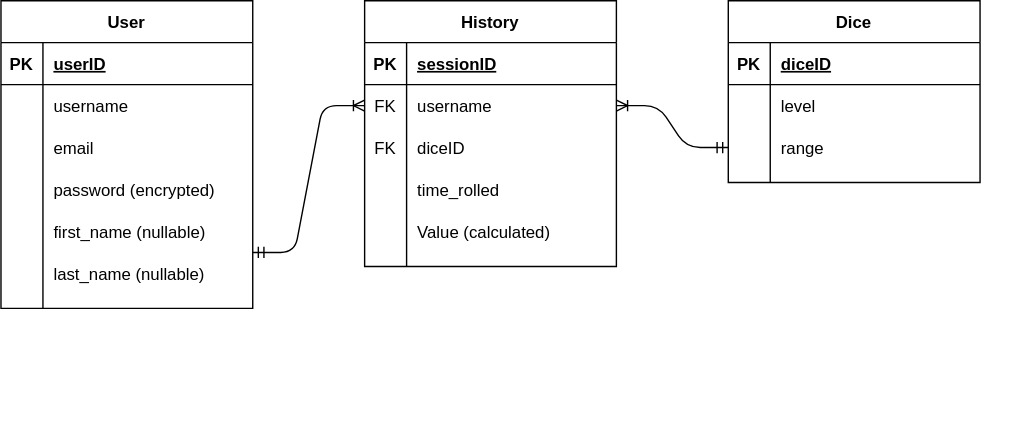
adicarlisle/QA-Core-Fundamental-Project keeps this draw.io diagram as images/MVPdatabaseUML.svg. Above is the earlier version. Source tidied: cells renumbered, new cells last; positions are measured from the earlier drawing's top-left corner, leaving out a move shared by most shapes.
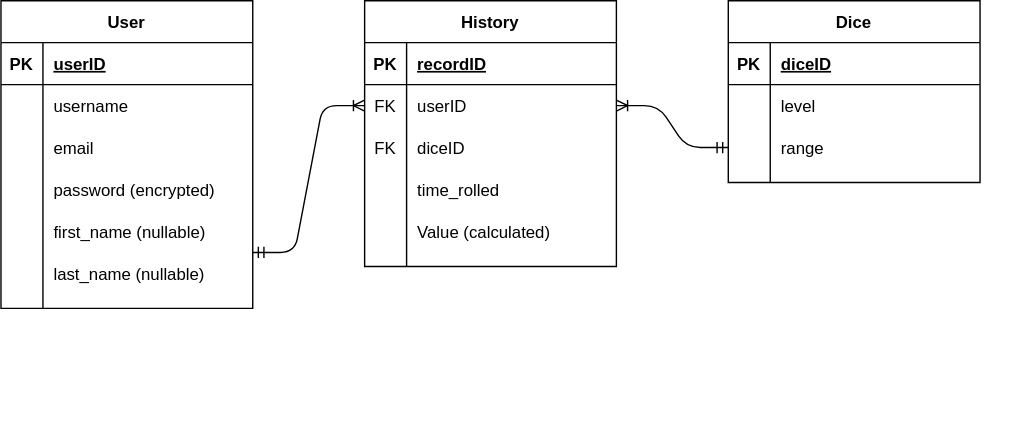
Above is the later version.

The edit, as a diff of the source:
```diff
@@ -62,7 +62,7 @@
     <mxCell id="21" value="PK" style="shape=partialRectangle;fillColor=none;top=0;left=0;bottom=0;right=0;fontStyle=1;overflow=hidden;" parent="20" vertex="1">
       <mxGeometry width="30" height="30" as="geometry" />
     </mxCell>
-    <mxCell id="22" value="sessionID" style="shape=partialRectangle;fillColor=none;top=0;left=0;bottom=0;right=0;align=left;spacingLeft=6;fontStyle=5;overflow=hidden;" parent="20" vertex="1">
+    <mxCell id="22" value="recordID" style="shape=partialRectangle;fillColor=none;top=0;left=0;bottom=0;right=0;align=left;spacingLeft=6;fontStyle=5;overflow=hidden;" parent="20" vertex="1">
       <mxGeometry x="30" width="150" height="30" as="geometry" />
     </mxCell>
     <mxCell id="23" style="shape=partialRectangle;fillColor=none;top=0;left=0;bottom=0;right=0;points=[[0,0.5],[1,0.5]];portConstraint=eastwest;" parent="19" vertex="1">
@@ -71,7 +71,7 @@
     <mxCell id="24" value="FK" style="shape=partialRectangle;fillColor=none;top=0;left=0;bottom=0;right=0;overflow=hidden;" parent="23" vertex="1">
       <mxGeometry width="30" height="30" as="geometry" />
     </mxCell>
-    <mxCell id="25" value="username" style="shape=partialRectangle;fillColor=none;top=0;left=0;bottom=0;right=0;align=left;spacingLeft=6;overflow=hidden;" parent="23" vertex="1">
+    <mxCell id="25" value="userID" style="shape=partialRectangle;fillColor=none;top=0;left=0;bottom=0;right=0;align=left;spacingLeft=6;overflow=hidden;" parent="23" vertex="1">
       <mxGeometry x="30" width="150" height="30" as="geometry" />
     </mxCell>
     <mxCell id="26" style="shape=partialRectangle;fillColor=none;top=0;left=0;bottom=0;right=0;" parent="19" vertex="1">
```
